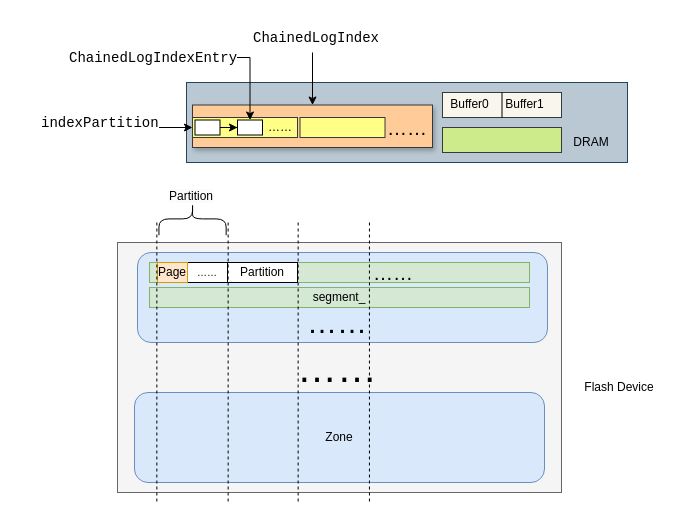
This is 未命名绘图.drawio from reatcat/Drawio, a draw.io file, before an edit. Source tidied: cells renumbered, new cells numbered last; positions are measured from the earlier drawing's top-left corner, leaving out a move shared by most shapes. Both pictures are drawn from the tidied source at 100%, with x=0, y=0 at pixel (39, 22).
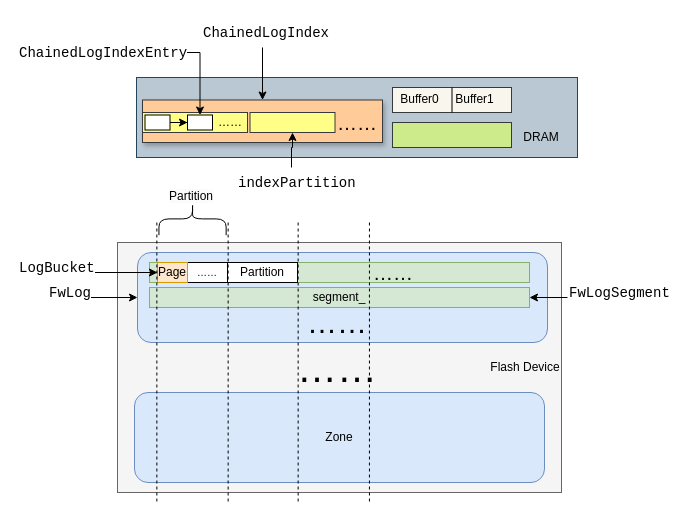
The same diagram, later.

The change refers to these unchanged cells:
```xml
<mxCell id="4" style="rounded=1;whiteSpace=wrap;html=1;fillColor=#dae8fc;strokeColor=#6c8ebf;" parent="1" vertex="1">
  <mxGeometry x="98" y="230" width="410" height="90" as="geometry" />
</mxCell>
<mxCell id="9" value="segment_" style="rounded=0;whiteSpace=wrap;html=1;fillColor=#d5e8d4;strokeColor=#82b366;" parent="1" vertex="1">
  <mxGeometry x="110" y="265" width="380" height="20" as="geometry" />
</mxCell>
<mxCell id="15" value="Page" style="rounded=0;whiteSpace=wrap;html=1;fillColor=#ffe6cc;strokeColor=#d79b00;" parent="1" vertex="1">
  <mxGeometry x="118" y="240" width="30" height="20" as="geometry" />
</mxCell>
```

Diff of the diagram source:
```diff
@@
     <mxCell id="2" style="rounded=0;whiteSpace=wrap;html=1;fillColor=#bac8d3;strokeColor=#23445d;" parent="1" vertex="1">
-      <mxGeometry x="147" y="60" width="441" height="80" as="geometry" />
+      <mxGeometry x="97" y="55" width="441" height="80" as="geometry" />
     </mxCell>
@@
     <mxCell id="6" value="Flash Device" style="text;strokeColor=none;align=center;fillColor=none;html=1;verticalAlign=middle;whiteSpace=wrap;rounded=0;" parent="1" vertex="1">
-      <mxGeometry x="522" y="335" width="116" height="60" as="geometry" />
+      <mxGeometry x="428" y="315" width="116" height="60" as="geometry" />
     </mxCell>
     <mxCell id="7" value="DRAM" style="text;strokeColor=none;align=center;fillColor=none;html=1;verticalAlign=middle;whiteSpace=wrap;rounded=0;" parent="1" vertex="1">
-      <mxGeometry x="522" y="105" width="60" height="30" as="geometry" />
+      <mxGeometry x="472" y="100" width="60" height="30" as="geometry" />
     </mxCell>
@@
     <mxCell id="17" style="rounded=0;whiteSpace=wrap;html=1;glass=0;shadow=1;fillColor=#ffcc99;strokeColor=#36393d;" parent="1" vertex="1">
-      <mxGeometry x="153" y="82.5" width="240" height="42.5" as="geometry" />
+      <mxGeometry x="103" y="77.5" width="240" height="42.5" as="geometry" />
     </mxCell>
     <mxCell id="18" style="rounded=0;whiteSpace=wrap;html=1;fillColor=#f9f7ed;strokeColor=#36393d;" parent="1" vertex="1">
-      <mxGeometry x="403" y="70" width="119" height="25" as="geometry" />
+      <mxGeometry x="353" y="65" width="119" height="25" as="geometry" />
     </mxCell>
     <mxCell id="19" style="rounded=0;whiteSpace=wrap;html=1;fillColor=#cdeb8b;strokeColor=#36393d;" parent="1" vertex="1">
-      <mxGeometry x="403" y="105" width="119" height="25" as="geometry" />
+      <mxGeometry x="353" y="100" width="119" height="25" as="geometry" />
     </mxCell>
@@
     <mxCell id="21" value="&lt;font style=&quot;font-size: 20px;&quot;&gt;……&lt;/font&gt;" style="text;strokeColor=none;align=center;fillColor=none;html=1;verticalAlign=middle;whiteSpace=wrap;rounded=0;strokeWidth=5;" parent="1" vertex="1">
-      <mxGeometry x="347.5" y="95" width="40" height="20" as="geometry" />
+      <mxGeometry x="297.5" y="90" width="40" height="20" as="geometry" />
     </mxCell>
@@
     <mxCell id="23" value="&lt;div style=&quot;font-family: Consolas, &amp;quot;Courier New&amp;quot;, monospace; font-weight: normal; font-size: 14px; line-height: 19px; white-space: pre;&quot;&gt;&lt;div style=&quot;&quot;&gt;&lt;span style=&quot;background-color: rgb(255, 255, 255);&quot;&gt;&lt;font style=&quot;color: rgb(0, 0, 0);&quot;&gt;ChainedLogIndex&lt;/font&gt;&lt;/span&gt;&lt;/div&gt;&lt;/div&gt;" style="text;whiteSpace=wrap;html=1;" parent="1" vertex="1">
-      <mxGeometry x="212.4" width="121.2" height="30" as="geometry" />
+      <mxGeometry x="162.4" y="-5" width="121.2" height="30" as="geometry" />
     </mxCell>
-    <mxCell id="24" style="edgeStyle=orthogonalEdgeStyle;rounded=0;jettySize=auto;html=1;entryX=0;entryY=0.5;entryDx=0;entryDy=0;" parent="1" edge="1" source="25">
-      <mxGeometry relative="1" as="geometry">
-        <mxPoint x="153" y="105" as="targetPoint" />
-      </mxGeometry>
+    <mxCell id="24" style="edgeStyle=orthogonalEdgeStyle;rounded=0;jettySize=auto;html=1;entryX=0.5;entryY=1;entryDx=0;entryDy=0;" parent="1" edge="1" source="25" target="27">
+      <mxGeometry relative="1" as="geometry" />
     </mxCell>
     <mxCell id="25" value="&lt;div style=&quot;font-family: Consolas, &amp;quot;Courier New&amp;quot;, monospace; font-weight: normal; font-size: 14px; line-height: 19px; white-space: pre;&quot;&gt;&lt;div style=&quot;&quot;&gt;&lt;span style=&quot;background-color: rgb(255, 255, 255);&quot;&gt;&lt;font style=&quot;color: rgb(0, 0, 0);&quot;&gt;indexPartition&lt;/font&gt;&lt;/span&gt;&lt;/div&gt;&lt;/div&gt;" style="text;whiteSpace=wrap;html=1;" parent="1" vertex="1">
-      <mxGeometry y="85" width="110" height="40" as="geometry" />
+      <mxGeometry x="197" y="145" width="110" height="40" as="geometry" />
     </mxCell>
     <mxCell id="26" style="rounded=0;whiteSpace=wrap;html=1;fillColor=#ffff88;strokeColor=#36393d;" parent="1" vertex="1">
-      <mxGeometry x="153" y="95" width="105" height="20" as="geometry" />
+      <mxGeometry x="103" y="90" width="105" height="20" as="geometry" />
     </mxCell>
     <mxCell id="27" style="rounded=0;whiteSpace=wrap;html=1;fillColor=#ffff88;strokeColor=#36393d;" parent="1" vertex="1">
-      <mxGeometry x="260.5" y="95" width="85" height="20" as="geometry" />
+      <mxGeometry x="210.5" y="90" width="85" height="20" as="geometry" />
     </mxCell>
@@
     <mxCell id="29" style="rounded=0;whiteSpace=wrap;html=1;" parent="1" vertex="1">
-      <mxGeometry x="155.5" y="97.5" width="25" height="15" as="geometry" />
+      <mxGeometry x="105.5" y="92.5" width="25" height="15" as="geometry" />
     </mxCell>
     <mxCell id="30" style="rounded=0;whiteSpace=wrap;html=1;" parent="1" vertex="1">
-      <mxGeometry x="198" y="97.5" width="25" height="15" as="geometry" />
+      <mxGeometry x="148" y="92.5" width="25" height="15" as="geometry" />
     </mxCell>
     <mxCell id="31" value="&lt;font&gt;……&lt;/font&gt;" style="text;strokeColor=none;align=center;fillColor=none;html=1;verticalAlign=middle;whiteSpace=wrap;rounded=0;strokeWidth=5;" parent="1" vertex="1">
-      <mxGeometry x="220.5" y="95" width="40" height="20" as="geometry" />
+      <mxGeometry x="170.5" y="90" width="40" height="20" as="geometry" />
     </mxCell>
@@
     <mxCell id="33" value="&lt;div style=&quot;font-family: Consolas, &amp;quot;Courier New&amp;quot;, monospace; font-weight: normal; font-size: 14px; line-height: 19px; white-space: pre;&quot;&gt;&lt;div style=&quot;&quot;&gt;&lt;span style=&quot;background-color: rgb(255, 255, 255);&quot;&gt;&lt;font style=&quot;color: rgb(0, 0, 0);&quot;&gt;ChainedLogIndexEntry&lt;/font&gt;&lt;/span&gt;&lt;/div&gt;&lt;/div&gt;" style="text;whiteSpace=wrap;html=1;" parent="1" vertex="1">
-      <mxGeometry x="28" y="20" width="160" height="30" as="geometry" />
+      <mxGeometry x="-22" y="15" width="160" height="30" as="geometry" />
     </mxCell>
     <mxCell id="34" value="Buffer0" style="text;strokeColor=none;align=center;fillColor=none;html=1;verticalAlign=middle;whiteSpace=wrap;rounded=0;" parent="1" vertex="1">
-      <mxGeometry x="403" y="71.2" width="55" height="22.5" as="geometry" />
+      <mxGeometry x="353" y="66.2" width="55" height="22.5" as="geometry" />
     </mxCell>
     <mxCell id="35" value="Buffer1" style="text;strokeColor=none;align=center;fillColor=none;html=1;verticalAlign=middle;whiteSpace=wrap;rounded=0;" parent="1" vertex="1">
-      <mxGeometry x="458" y="71.2" width="55" height="22.5" as="geometry" />
+      <mxGeometry x="408" y="66.2" width="55" height="22.5" as="geometry" />
     </mxCell>
@@
+    <mxCell id="42" style="edgeStyle=orthogonalEdgeStyle;rounded=0;jettySize=auto;html=1;" parent="1" edge="1" source="43" target="4">
+      <mxGeometry relative="1" as="geometry" />
+    </mxCell>
+    <mxCell id="43" value="&lt;div style=&quot;font-family: Consolas, &amp;quot;Courier New&amp;quot;, monospace; font-weight: normal; font-size: 14px; line-height: 19px; white-space: pre;&quot;&gt;&lt;div style=&quot;&quot;&gt;&lt;span style=&quot;background-color: rgb(255, 255, 255);&quot;&gt;&lt;font style=&quot;color: rgb(0, 0, 0);&quot;&gt;FwLog&lt;/font&gt;&lt;/span&gt;&lt;/div&gt;&lt;/div&gt;" style="text;whiteSpace=wrap;html=1;" parent="1" vertex="1">
+      <mxGeometry x="8" y="255" width="40" height="40" as="geometry" />
+    </mxCell>
+    <mxCell id="44" style="edgeStyle=orthogonalEdgeStyle;rounded=0;jettySize=auto;html=1;" parent="1" edge="1" source="45" target="15">
+      <mxGeometry relative="1" as="geometry" />
+    </mxCell>
+    <mxCell id="45" value="&lt;div style=&quot;font-family: Consolas, &amp;quot;Courier New&amp;quot;, monospace; font-weight: normal; font-size: 14px; line-height: 19px; white-space: pre;&quot;&gt;&lt;div style=&quot;&quot;&gt;&lt;span style=&quot;background-color: rgb(255, 255, 255);&quot;&gt;&lt;font style=&quot;color: rgb(0, 0, 0);&quot;&gt;LogBucket&lt;/font&gt;&lt;/span&gt;&lt;/div&gt;&lt;/div&gt;" style="text;whiteSpace=wrap;html=1;" parent="1" vertex="1">
+      <mxGeometry x="-22" y="230" width="70" height="40" as="geometry" />
+    </mxCell>
+    <mxCell id="46" style="edgeStyle=orthogonalEdgeStyle;rounded=0;jettySize=auto;html=1;entryX=1;entryY=0.5;entryDx=0;entryDy=0;" parent="1" edge="1" source="47" target="9">
+      <mxGeometry relative="1" as="geometry" />
+    </mxCell>
+    <mxCell id="47" value="&lt;div style=&quot;font-family: Consolas, &amp;quot;Courier New&amp;quot;, monospace; font-weight: normal; font-size: 14px; line-height: 19px; white-space: pre;&quot;&gt;&lt;div style=&quot;&quot;&gt;&lt;span style=&quot;background-color: rgb(255, 255, 255);&quot;&gt;&lt;font style=&quot;color: rgb(0, 0, 0);&quot;&gt;FwLogSegment&lt;/font&gt;&lt;/span&gt;&lt;/div&gt;&lt;/div&gt;" style="text;whiteSpace=wrap;html=1;" parent="1" vertex="1">
+      <mxGeometry x="528" y="255" width="94" height="40" as="geometry" />
+    </mxCell>
```
